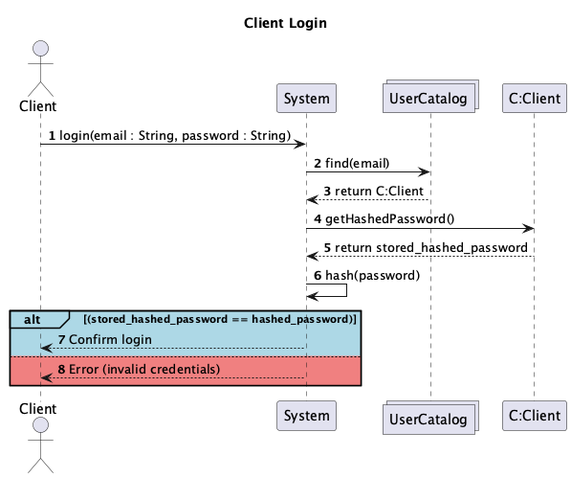
Above: System-Diagrams/UML Interaction/Client/Client-Interactions_001.png in vibqetowi/soen-342-project (PlantUML), before the change.
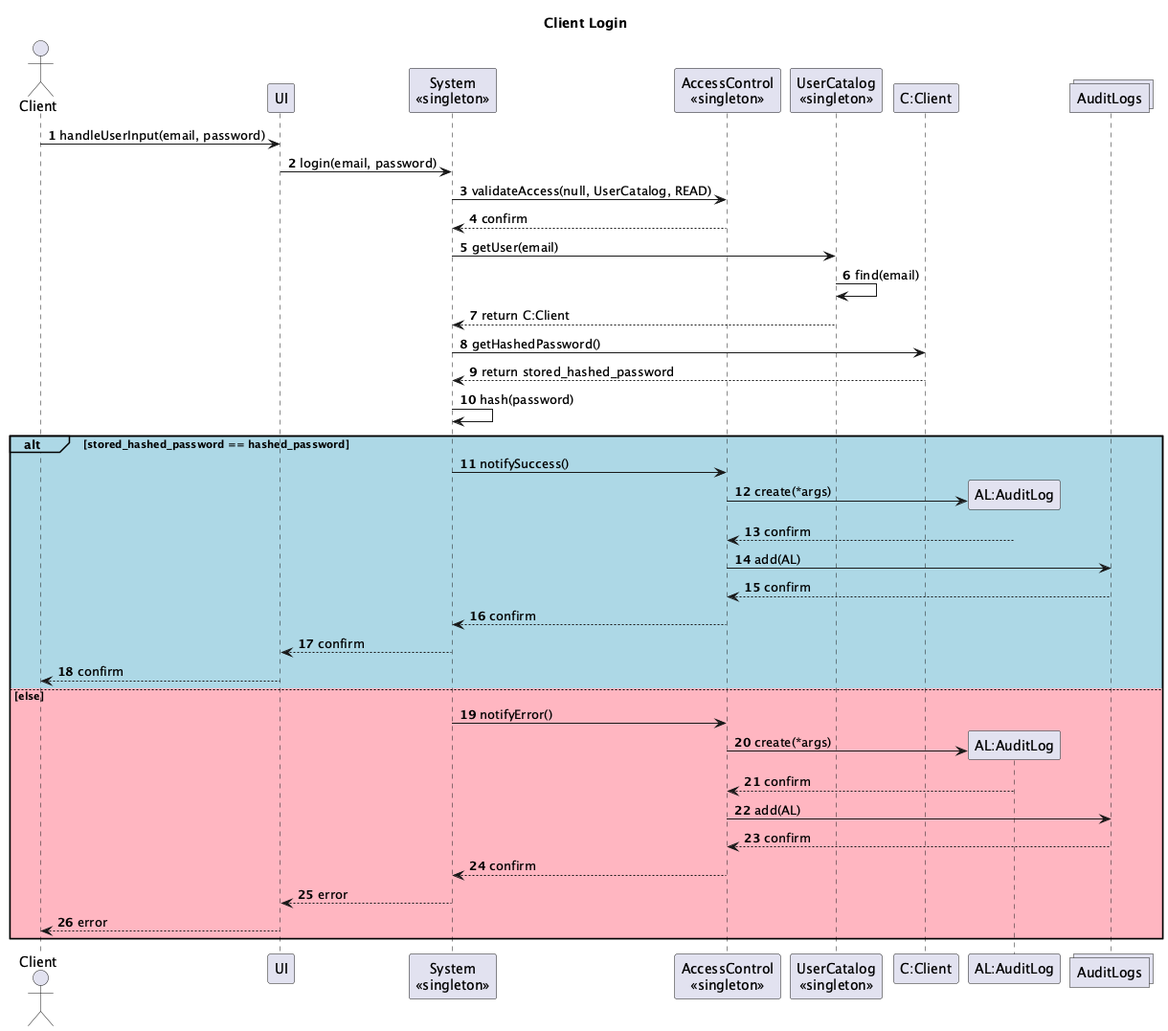
Later version of the same file.

The edit, as a diff of the source:
```diff
@@ -1,24 +1,48 @@
 @startuml
 actor Client
-participant System
-collections UserCatalog
-participant "C:Client"
+participant UI
+participant "System\n<<singleton>>" as System
+participant "AccessControl\n<<singleton>>" as AccessControl
+participant "UserCatalog\n<<singleton>>" as UserCatalog
+participant "C:Client" as User
+participant "AL:AuditLog" as AuditLog
+collections AuditLogs
 
 title Client Login
 
 autonumber
 
-Client -> System : login(email : String, password : String)
-System -> UserCatalog : find(email)
-UserCatalog --> System : return C:Client
+Client -> UI: handleUserInput(email, password)
+UI -> System: login(email, password)
 
-System -> "C:Client" : getHashedPassword()
-"C:Client" --> System : return stored_hashed_password
-System -> System : hash(password)
+System -> AccessControl: validateAccess(null, UserCatalog, READ)
+AccessControl --> System: confirm
 
-alt#LightBlue #LightBlue (stored_hashed_password == hashed_password)
-    System --> Client : Confirm login
-else #LightCoral
-    System --> Client : Error (invalid credentials)
+System -> UserCatalog: getUser(email)
+UserCatalog -> UserCatalog: find(email)
+UserCatalog --> System: return C:Client
+
+System -> User: getHashedPassword()
+User --> System: return stored_hashed_password
+System -> System: hash(password)
+
+alt#LightBlue #LightBlue stored_hashed_password == hashed_password
+    System -> AccessControl: notifySuccess()
+    AccessControl -> AuditLog **: create(*args)
+    AuditLog --> AccessControl: confirm
+    AccessControl -> AuditLogs: add(AL)
+    AuditLogs --> AccessControl: confirm
+    AccessControl --> System: confirm
+    System --> UI: confirm
+    UI --> Client: confirm
+else #LightPink else
+    System -> AccessControl: notifyError()
+    AccessControl -> AuditLog **: create(*args)
+    AuditLog --> AccessControl: confirm
+    AccessControl -> AuditLogs: add(AL)
+    AuditLogs --> AccessControl: confirm
+    AccessControl --> System: confirm
+    System --> UI: error
+    UI --> Client: error
 end
 @enduml
```
